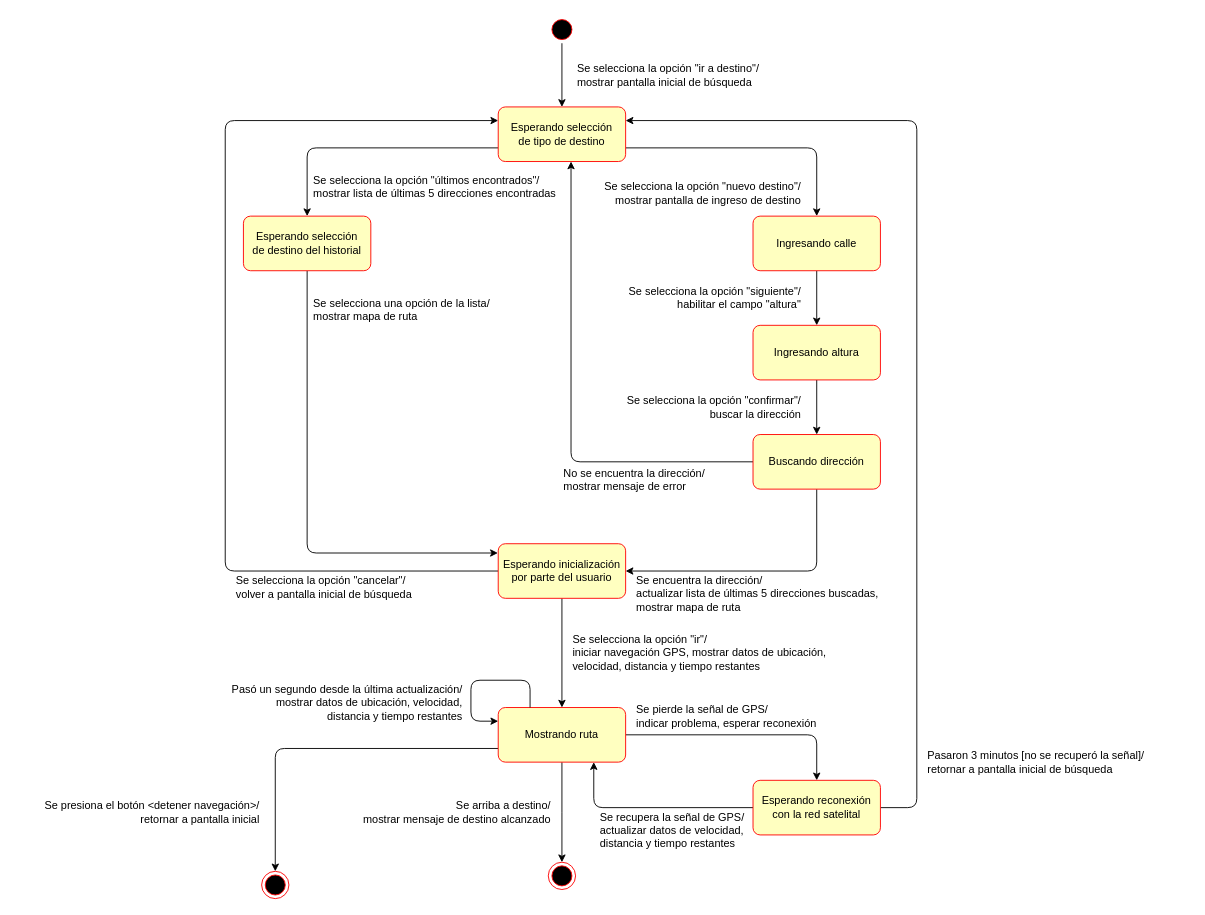
The draw.io diagram ejercicio_8.drawio in mvalleym/ing_software1, before the edit. Source tidied: cells renumbered, new cells numbered last; positions are measured from the earlier drawing's top-left corner, leaving out a move shared by most shapes. Both pictures are drawn from the tidied source at 91%, with x=0, y=0 at pixel (15, 15).
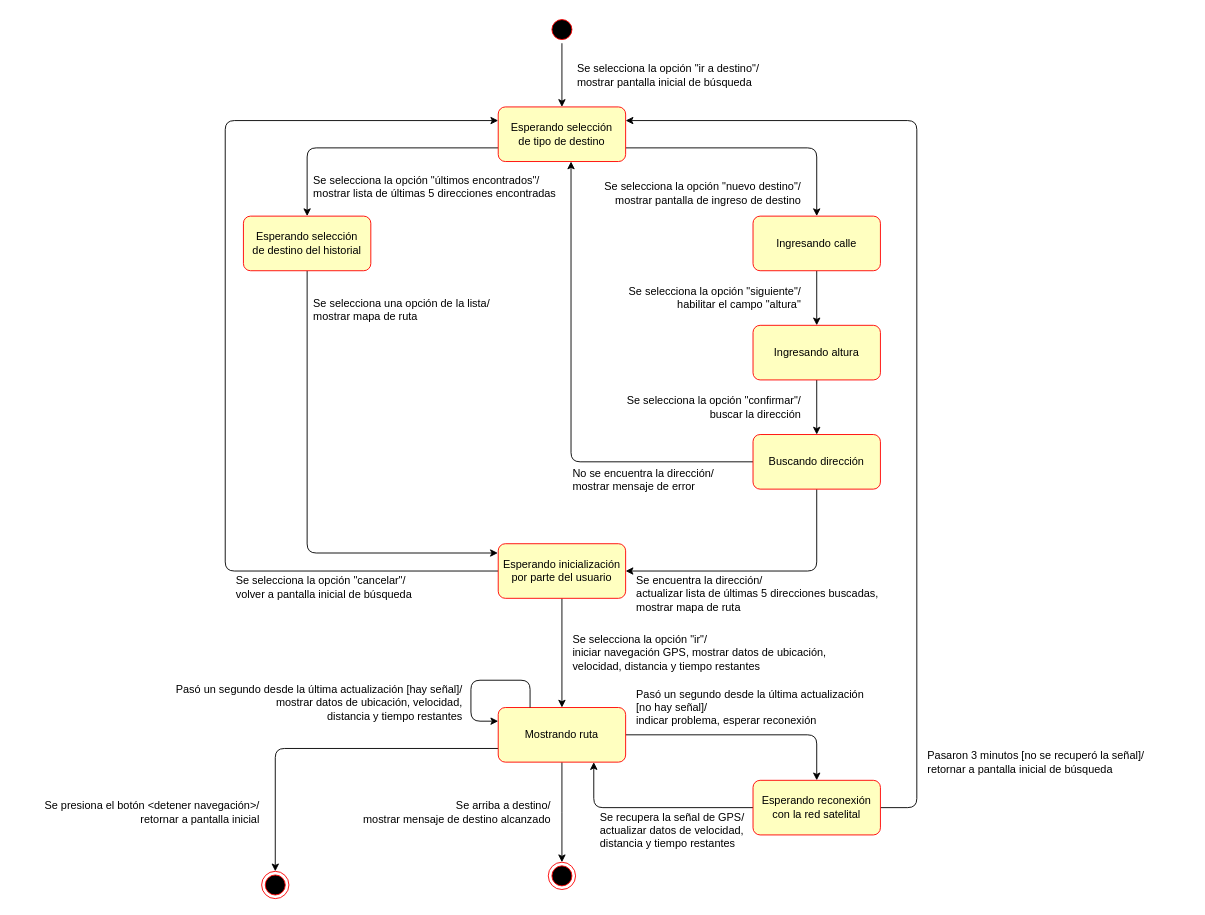
After the change.

Change to the diagram source:
```diff
@@
     <mxCell id="34" value="&lt;div align=&quot;left&quot;&gt;No se encuentra la dirección/&lt;/div&gt;&lt;div align=&quot;left&quot;&gt;mostrar mensaje de error&lt;br&gt;&lt;/div&gt;" style="text;html=1;strokeColor=none;fillColor=none;align=left;verticalAlign=middle;whiteSpace=wrap;rounded=0;" parent="1" vertex="1">
-      <mxGeometry x="600" y="490" width="235" height="40" as="geometry" />
+      <mxGeometry x="610" y="490" width="235" height="40" as="geometry" />
     </mxCell>
@@
-    <mxCell id="39" value="&lt;div align=&quot;right&quot;&gt;Pasó un segundo desde la última actualización/&lt;/div&gt;&lt;div align=&quot;right&quot;&gt;mostrar datos de ubicación, velocidad,&lt;/div&gt;&lt;div align=&quot;right&quot;&gt;distancia y tiempo restantes&lt;/div&gt;" style="text;html=1;strokeColor=none;fillColor=none;align=right;verticalAlign=middle;whiteSpace=wrap;rounded=0;" parent="1" vertex="1">
-      <mxGeometry x="207.5" y="730" width="285" height="50" as="geometry" />
+    <mxCell id="39" value="&lt;div align=&quot;right&quot;&gt;Pasó un segundo desde la última actualización [hay señal]/&lt;/div&gt;&lt;div align=&quot;right&quot;&gt;mostrar datos de ubicación, velocidad,&lt;/div&gt;&lt;div align=&quot;right&quot;&gt;distancia y tiempo restantes&lt;/div&gt;" style="text;html=1;strokeColor=none;fillColor=none;align=right;verticalAlign=middle;whiteSpace=wrap;rounded=0;" parent="1" vertex="1">
+      <mxGeometry x="160" y="730" width="332.5" height="50" as="geometry" />
     </mxCell>
-    <mxCell id="40" value="&lt;div align=&quot;left&quot;&gt;Se pierde la señal de GPS/&lt;/div&gt;&lt;div align=&quot;left&quot;&gt;indicar problema, esperar reconexión&lt;br&gt;&lt;/div&gt;" style="text;html=1;strokeColor=none;fillColor=none;align=left;verticalAlign=middle;whiteSpace=wrap;rounded=0;" parent="1" vertex="1">
-      <mxGeometry x="680" y="750" width="290" height="40" as="geometry" />
+    <mxCell id="40" value="&lt;div align=&quot;left&quot;&gt;Pasó un segundo desde la última actualización&lt;/div&gt;&lt;div align=&quot;left&quot;&gt;[no hay señal]/&lt;/div&gt;&lt;div align=&quot;left&quot;&gt;indicar problema, esperar reconexión&lt;br&gt;&lt;/div&gt;" style="text;html=1;strokeColor=none;fillColor=none;align=left;verticalAlign=middle;whiteSpace=wrap;rounded=0;" parent="1" vertex="1">
+      <mxGeometry x="680" y="740" width="370" height="40" as="geometry" />
     </mxCell>
```
